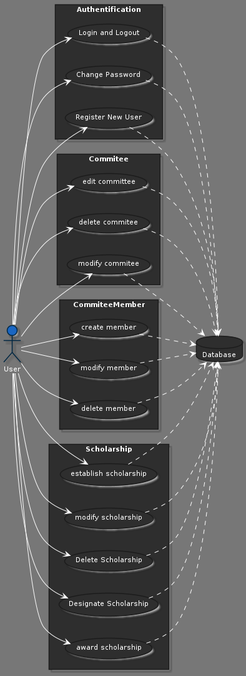
Earlier version of the PlantUML export out/edu/admin/admin/usecade_user.png (Lyrics2000/joe_project). Source of this version:
```plantuml
@startuml usecade_user
!define DARKBLUE
!includeurl https://raw.githubusercontent.com/Drakemor/RedDress-PlantUML/master/style.puml

left to right direction
actor "User" as fc
database "Database" as DB

rectangle Authentification {
  usecase "Login and Logout" as UC1
  usecase "Change Password" as UC2
  usecase "Register New User" as UC3
}
fc --> UC1
fc --> UC2
fc --> UC3

UC1 ..> DB
UC2 ..> DB
UC3 ..> DB

rectangle Commitee{
    usecase "edit committee" as CS
    usecase "delete commitee" as ED
    usecase "modify commitee" as MP

}

fc --> CS
fc --> ED
fc --> MP

CS ..> DB
ED ..> DB
MP ..> DB

rectangle CommiteeMember{
  usecase "create member" as CM
  usecase "modify member" as MM
  usecase "delete member"  as DM
}

fc --> CM
fc --> MM
fc --> DM

CM ..> DB
MM ..> DB
DM ..> DB

rectangle Scholarship{
  usecase "establish scholarship" as ES
  usecase "modify scholarship"  as MS
  usecase "Delete Scholarship" as DS
  usecase "Designate Scholarship" as DES
  usecase "award scholarship"  as WS
}


fc --> ES
fc -->  MS
fc --> DS
fc --> DES
fc --> WS

WS ..> DB
ES ..> DB
MS ..> DB
DES ..> DB
DS ..> DB




@enduml
```
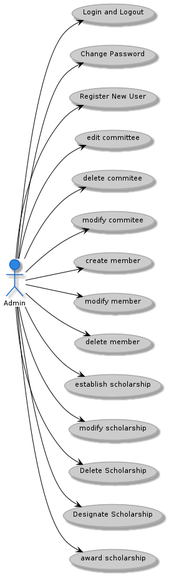
The same diagram one commit later.

The edit, as a diff of the source:
```diff
@@ -1,60 +1,46 @@
 @startuml usecade_user
-!define DARKBLUE
+!define LIGHTBLUE
 !includeurl https://raw.githubusercontent.com/Drakemor/RedDress-PlantUML/master/style.puml
 
 left to right direction
-actor "User" as fc
-database "Database" as DB
+actor "Admin" as fc
 
-rectangle Authentification {
-  usecase "Login and Logout" as UC1
-  usecase "Change Password" as UC2
-  usecase "Register New User" as UC3
-}
+
+usecase "Login and Logout" as UC1
+usecase "Change Password" as UC2
+usecase "Register New User" as UC3
+
 fc --> UC1
 fc --> UC2
 fc --> UC3
 
-UC1 ..> DB
-UC2 ..> DB
-UC3 ..> DB
 
-rectangle Commitee{
-    usecase "edit committee" as CS
-    usecase "delete commitee" as ED
-    usecase "modify commitee" as MP
+usecase "edit committee" as CS
+usecase "delete commitee" as ED
+usecase "modify commitee" as MP
 
-}
+
 
 fc --> CS
 fc --> ED
 fc --> MP
 
-CS ..> DB
-ED ..> DB
-MP ..> DB
 
-rectangle CommiteeMember{
   usecase "create member" as CM
   usecase "modify member" as MM
   usecase "delete member"  as DM
-}
 
 fc --> CM
 fc --> MM
 fc --> DM
 
-CM ..> DB
-MM ..> DB
-DM ..> DB
 
-rectangle Scholarship{
   usecase "establish scholarship" as ES
   usecase "modify scholarship"  as MS
   usecase "Delete Scholarship" as DS
   usecase "Designate Scholarship" as DES
   usecase "award scholarship"  as WS
-}
+
 
 
 fc --> ES
@@ -63,11 +49,6 @@
 fc --> DES
 fc --> WS
 
-WS ..> DB
-ES ..> DB
-MS ..> DB
-DES ..> DB
-DS ..> DB
 
 
 
```
